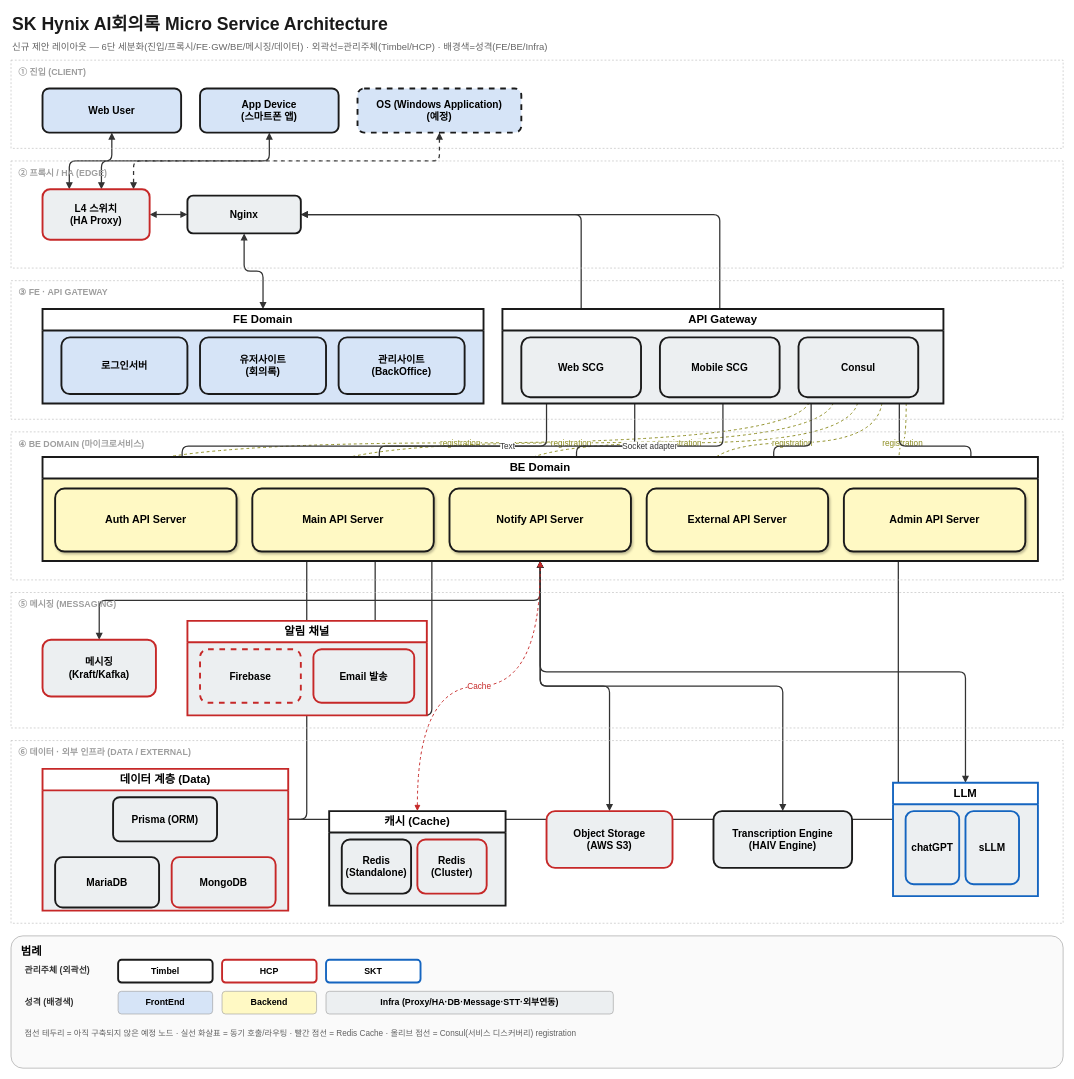
This is page "2. 신규 제안 레이아웃안" (2 of 4) of sk_hynix/SKHynix_AI회의록_Micro_Service_Architecture_20260825.drawio from minuee/timbel_docs, a draw.io file, before an edit. Source tidied: cells renumbered, new cells numbered last; positions are measured from the earlier drawing's top-left corner, leaving out a move shared by most shapes. Both pictures are drawn from the tidied source at 63%, with x=0, y=0 at pixel (11, 11).
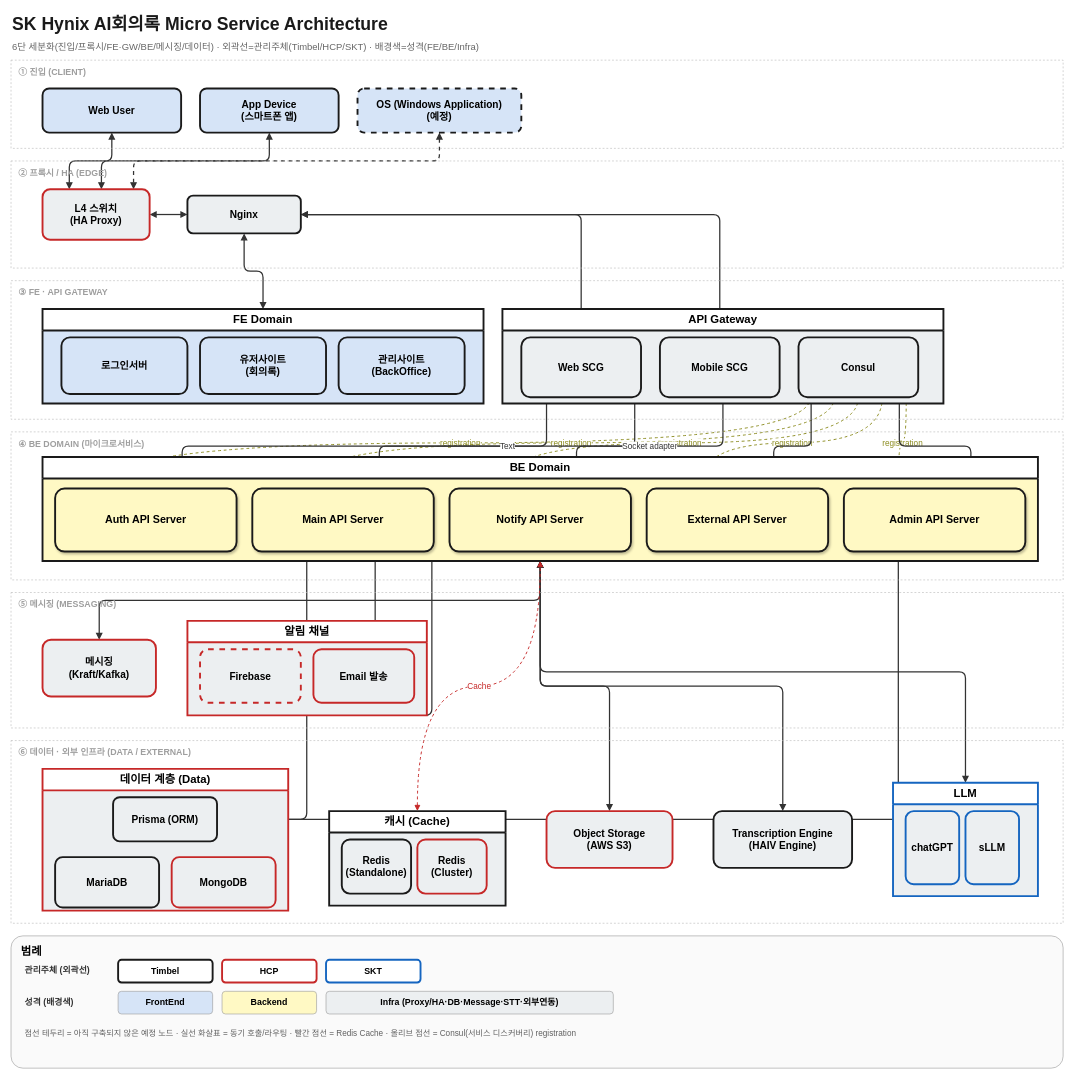
The same page after the edit.

What changed in the source:
```diff
@@
-    <mxCell id="34" value="신규 제안 레이아웃 — 6단 세분화(진입/프록시/FE·GW/BE/메시징/데이터)  ·  외곽선=관리주체(Timbel/HCP)  ·  배경색=성격(FE/BE/Infra)" style="text;html=1;fontSize=15;align=left;verticalAlign=middle;fontColor=#666666;" parent="1" vertex="1">
+    <mxCell id="34" value="6단 세분화(진입/프록시/FE·GW/BE/메시징/데이터)  ·  외곽선=관리주체(Timbel/HCP/SKT)  ·  배경색=성격(FE/BE/Infra)" style="text;html=1;fontSize=15;align=left;verticalAlign=middle;fontColor=#666666;" parent="1" vertex="1">
       <mxGeometry y="44" width="1400" height="24" as="geometry" />
     </mxCell>
```
